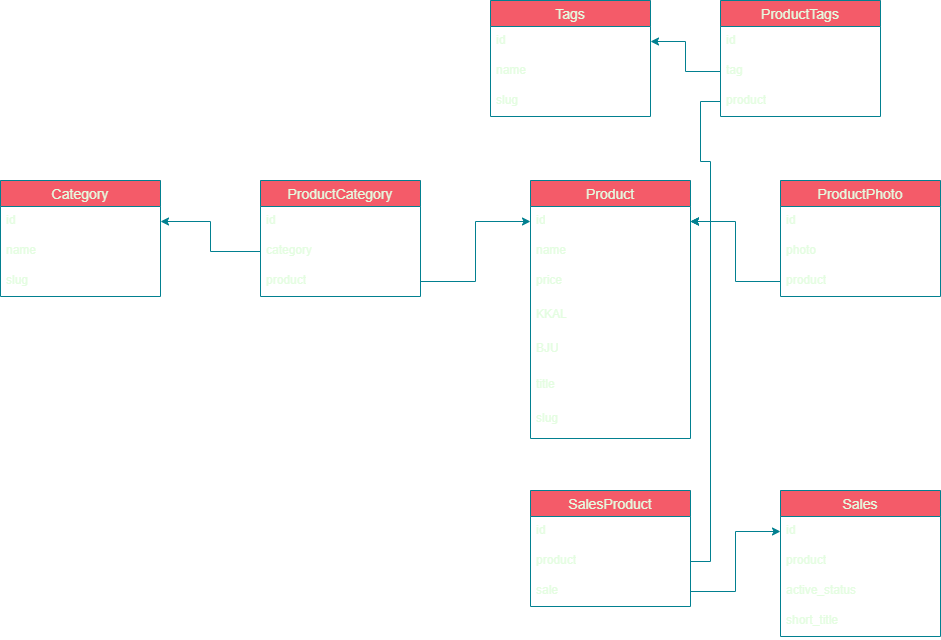
Before: restaurant.png, a diagram exported from draw.io (koyaware/restaurant-site). Source tidied: cells renumbered, new cells last; positions are measured from the earlier drawing's top-left corner, leaving out a move shared by most shapes.
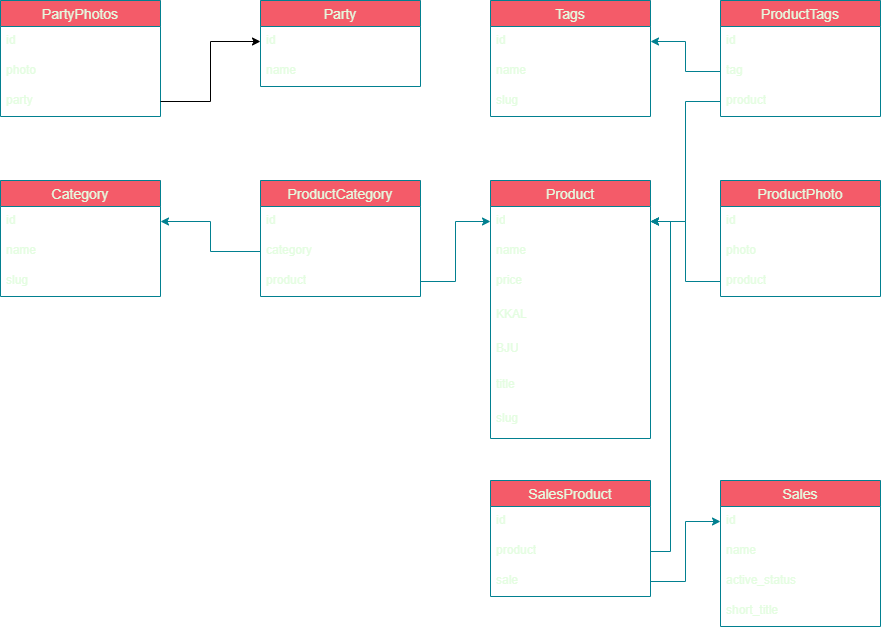
Above is the later version.

Change to the diagram source:
```diff
@@ -3,7 +3,7 @@
     <mxCell id="0" />
     <mxCell id="1" parent="0" />
     <mxCell id="2" value="Product" style="swimlane;fontStyle=0;horizontal=1;startSize=26;align=center;fontSize=14;labelBackgroundColor=none;fillColor=#F45B69;strokeColor=#028090;fontColor=#E4FDE1;" parent="1" vertex="1">
-      <mxGeometry x="530" y="180" width="160" height="258" as="geometry" />
+      <mxGeometry x="490" y="180" width="160" height="258" as="geometry" />
     </mxCell>
     <mxCell id="3" value="id" style="text;strokeColor=none;fillColor=none;spacingLeft=4;spacingRight=4;overflow=hidden;points=[[0,0.5],[1,0.5]];portConstraint=eastwest;fontSize=12;whiteSpace=wrap;html=1;labelBackgroundColor=none;fontColor=#E4FDE1;" parent="2" vertex="1">
       <mxGeometry y="26" width="160" height="30" as="geometry" />
@@ -51,7 +51,7 @@
       <mxGeometry y="86" width="160" height="30" as="geometry" />
     </mxCell>
     <mxCell id="18" value="SalesProduct" style="swimlane;fontStyle=0;horizontal=1;startSize=26;align=center;fontSize=14;labelBackgroundColor=none;fillColor=#F45B69;strokeColor=#028090;fontColor=#E4FDE1;" parent="1" vertex="1">
-      <mxGeometry x="530" y="490" width="160" height="116" as="geometry" />
+      <mxGeometry x="490" y="480" width="160" height="116" as="geometry" />
     </mxCell>
     <mxCell id="19" value="id&lt;span style=&quot;white-space: pre;&quot;&gt;&#9;&lt;/span&gt;" style="text;strokeColor=none;fillColor=none;spacingLeft=4;spacingRight=4;overflow=hidden;fontSize=12;whiteSpace=wrap;html=1;labelBackgroundColor=none;fontColor=#E4FDE1;" parent="18" vertex="1">
       <mxGeometry y="26" width="160" height="30" as="geometry" />
@@ -90,7 +90,7 @@
       <mxGeometry relative="1" as="geometry" />
     </mxCell>
     <mxCell id="31" value="ProductPhoto" style="swimlane;fontStyle=0;horizontal=1;startSize=26;align=center;fontSize=14;labelBackgroundColor=none;fillColor=#F45B69;strokeColor=#028090;fontColor=#E4FDE1;" parent="1" vertex="1">
-      <mxGeometry x="780" y="180" width="160" height="116" as="geometry" />
+      <mxGeometry x="720" y="180" width="160" height="116" as="geometry" />
     </mxCell>
     <mxCell id="32" value="id&lt;span style=&quot;white-space: pre;&quot;&gt;&#9;&lt;/span&gt;" style="text;strokeColor=none;fillColor=none;spacingLeft=4;spacingRight=4;overflow=hidden;fontSize=12;whiteSpace=wrap;html=1;labelBackgroundColor=none;fontColor=#E4FDE1;" parent="31" vertex="1">
       <mxGeometry y="26" width="160" height="30" as="geometry" />
@@ -105,14 +105,14 @@
       <mxGeometry relative="1" as="geometry" />
     </mxCell>
     <mxCell id="36" value="Sales" style="swimlane;fontStyle=0;horizontal=1;startSize=26;align=center;fontSize=14;labelBackgroundColor=none;fillColor=#F45B69;strokeColor=#028090;fontColor=#E4FDE1;" parent="1" vertex="1">
-      <mxGeometry x="780" y="490" width="160" height="146" as="geometry" />
+      <mxGeometry x="720" y="480" width="160" height="146" as="geometry" />
     </mxCell>
     <mxCell id="37" value="id&lt;span style=&quot;white-space: pre;&quot;&gt;&#9;&lt;/span&gt;" style="text;strokeColor=none;fillColor=none;spacingLeft=4;spacingRight=4;overflow=hidden;points=[[0,0.5],[1,0.5]];portConstraint=eastwest;fontSize=12;whiteSpace=wrap;html=1;labelBackgroundColor=none;fontColor=#E4FDE1;" parent="36" vertex="1">
       <mxGeometry y="26" width="160" height="30" as="geometry" />
     </mxCell>
-    <mxCell id="38" value="product" style="text;strokeColor=none;fillColor=none;spacingLeft=4;spacingRight=4;overflow=hidden;fontSize=12;whiteSpace=wrap;html=1;labelBackgroundColor=none;fontColor=#E4FDE1;" parent="36" vertex="1">
-      <mxGeometry y="56" width="160" height="30" as="geometry" />
-    </mxCell>
+    <mxCell id="46" value="name&lt;br&gt;" style="text;strokeColor=none;fillColor=none;spacingLeft=4;spacingRight=4;overflow=hidden;fontSize=12;whiteSpace=wrap;html=1;labelBackgroundColor=none;fontColor=#E4FDE1;" parent="36" vertex="1">
+      <mxGeometry y="56" width="160" height="30" as="geometry" />
+    </mxCell>
     <mxCell id="39" value="active_status" style="text;strokeColor=none;fillColor=none;spacingLeft=4;spacingRight=4;overflow=hidden;fontSize=12;whiteSpace=wrap;html=1;labelBackgroundColor=none;fontColor=#E4FDE1;" parent="36" vertex="1">
       <mxGeometry y="86" width="160" height="30" as="geometry" />
     </mxCell>
@@ -134,5 +134,29 @@
     <mxCell id="45" style="edgeStyle=orthogonalEdgeStyle;rounded=0;jettySize=auto;html=1;exitX=0;exitY=0.5;exitDx=0;exitDy=0;entryX=1;entryY=0.5;entryDx=0;entryDy=0;labelBackgroundColor=none;strokeColor=#028090;fontColor=default;" parent="1" edge="1" source="24" target="27">
       <mxGeometry relative="1" as="geometry" />
     </mxCell>
+    <mxCell id="47" value="Party" style="swimlane;fontStyle=0;horizontal=1;startSize=26;align=center;fontSize=14;labelBackgroundColor=none;fillColor=#F45B69;strokeColor=#028090;fontColor=#E4FDE1;" parent="1" vertex="1">
+      <mxGeometry x="260" width="160" height="86" as="geometry" />
+    </mxCell>
+    <mxCell id="48" value="id&lt;span style=&quot;white-space: pre;&quot;&gt;&#9;&lt;/span&gt;" style="text;strokeColor=none;fillColor=none;spacingLeft=4;spacingRight=4;overflow=hidden;points=[[0,0.5],[1,0.5]];portConstraint=eastwest;fontSize=12;whiteSpace=wrap;html=1;labelBackgroundColor=none;fontColor=#E4FDE1;" parent="47" vertex="1">
+      <mxGeometry y="26" width="160" height="30" as="geometry" />
+    </mxCell>
+    <mxCell id="49" value="name" style="text;strokeColor=none;fillColor=none;spacingLeft=4;spacingRight=4;overflow=hidden;fontSize=12;whiteSpace=wrap;html=1;labelBackgroundColor=none;fontColor=#E4FDE1;" parent="47" vertex="1">
+      <mxGeometry y="56" width="160" height="30" as="geometry" />
+    </mxCell>
+    <mxCell id="50" value="PartyPhotos" style="swimlane;fontStyle=0;horizontal=1;startSize=26;align=center;fontSize=14;labelBackgroundColor=none;fillColor=#F45B69;strokeColor=#028090;fontColor=#E4FDE1;" parent="1" vertex="1">
+      <mxGeometry width="160" height="116" as="geometry" />
+    </mxCell>
+    <mxCell id="51" value="id&lt;span style=&quot;white-space: pre;&quot;&gt;&#9;&lt;/span&gt;" style="text;strokeColor=none;fillColor=none;spacingLeft=4;spacingRight=4;overflow=hidden;fontSize=12;whiteSpace=wrap;html=1;labelBackgroundColor=none;fontColor=#E4FDE1;" parent="50" vertex="1">
+      <mxGeometry y="26" width="160" height="30" as="geometry" />
+    </mxCell>
+    <mxCell id="52" value="photo" style="text;strokeColor=none;fillColor=none;spacingLeft=4;spacingRight=4;overflow=hidden;fontSize=12;whiteSpace=wrap;html=1;labelBackgroundColor=none;fontColor=#E4FDE1;" parent="50" vertex="1">
+      <mxGeometry y="56" width="160" height="30" as="geometry" />
+    </mxCell>
+    <mxCell id="53" value="party" style="text;strokeColor=none;fillColor=none;spacingLeft=4;spacingRight=4;overflow=hidden;points=[[0,0.5],[1,0.5]];portConstraint=eastwest;fontSize=12;whiteSpace=wrap;html=1;labelBackgroundColor=none;fontColor=#E4FDE1;" parent="50" vertex="1">
+      <mxGeometry y="86" width="160" height="30" as="geometry" />
+    </mxCell>
+    <mxCell id="54" style="edgeStyle=orthogonalEdgeStyle;rounded=0;jettySize=auto;html=1;exitX=1;exitY=0.5;exitDx=0;exitDy=0;entryX=0;entryY=0.5;entryDx=0;entryDy=0;" parent="1" edge="1" source="53" target="48">
+      <mxGeometry relative="1" as="geometry" />
+    </mxCell>
   </root>
 </mxGraphModel>
```
